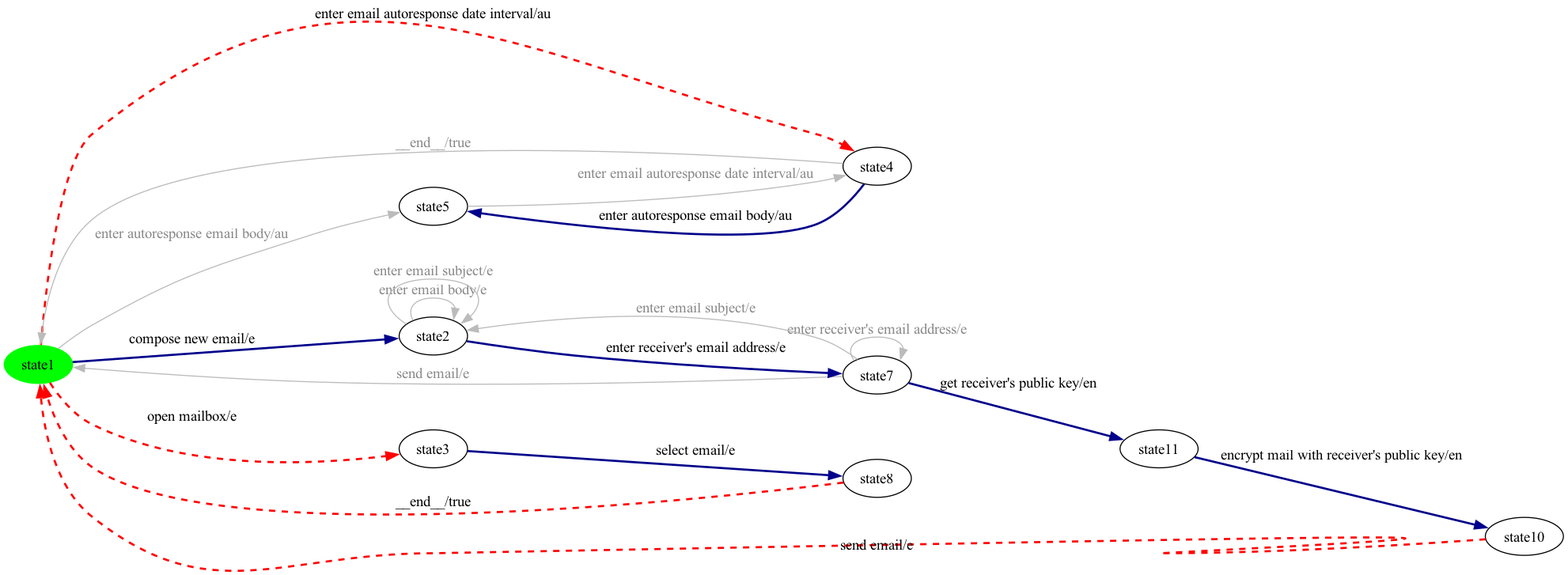
Above: milestone-reports/per-product-all-states/eMail/eMail-product19-walk.png in dilekozturk93/vibes (Graphviz), before the change. Its source is kept beside it as milestone-reports/per-product-all-states/eMail/eMail-product19-walk.dot.
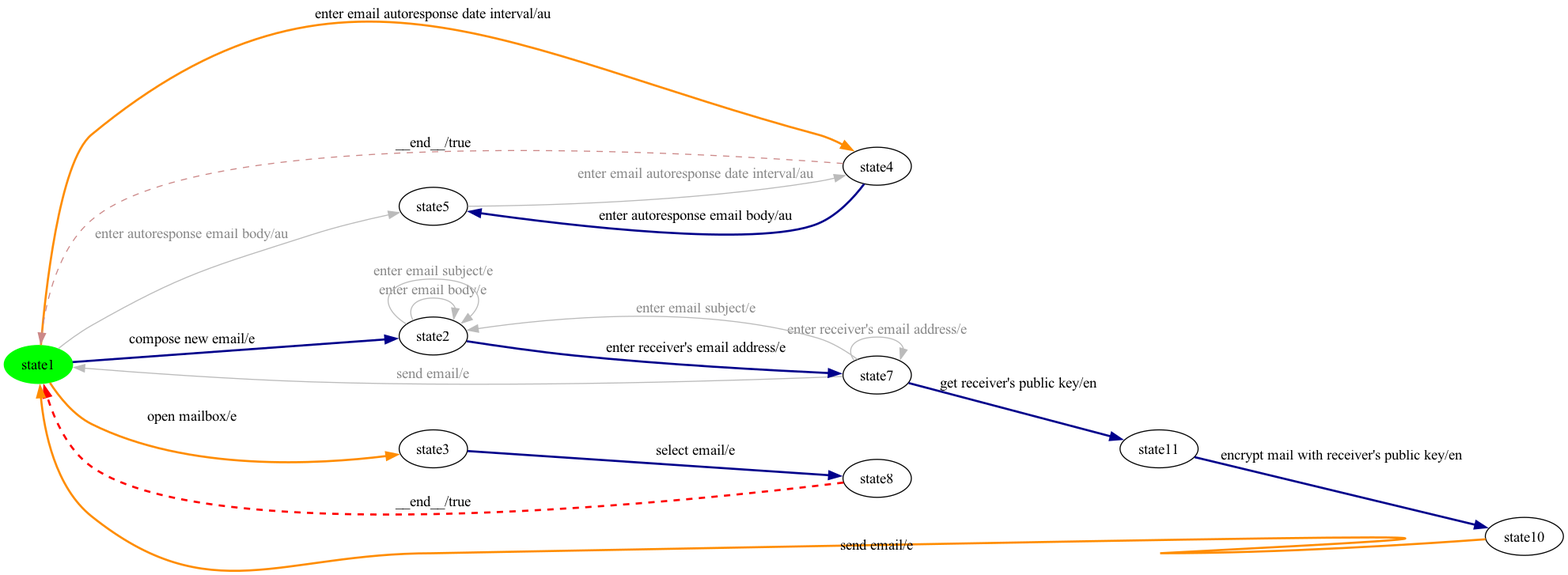
After the commit.

The edit, as a diff of the source:
```diff
@@ -17,14 +17,14 @@
 state1 -> state7 [ label=" enter email autoresponse date interval/au ", color="#bbbbbb", fontcolor="#888888" ];
 state6 -> state5 [ label=" enter receiver's email address/e ", style=bold, color=darkblue, penwidth=2 ];
 state5 -> state6 [ label=" enter email subject/e ", color="#bbbbbb", fontcolor="#888888" ];
-state0 -> state7 [ label=" enter email autoresponse date interval/au ", style=dashed, color=red, penwidth=2 ];
+state0 -> state7 [ label=" enter email autoresponse date interval/au ", style=bold, color=darkorange, penwidth=2 ];
 state0 -> state1 [ label=" enter autoresponse email body/au ", color="#bbbbbb", fontcolor="#888888" ];
-state7 -> state0 [ label=" __end__/true ", color="#bbbbbb", fontcolor="#888888" ];
+state7 -> state0 [ label=" __end__/true ", style=dashed, color="#cc8888" ];
 state2 -> state0 [ label=" __end__/true ", style=dashed, color=red, penwidth=2 ];
-state0 -> state8 [ label=" open mailbox/e ", style=dashed, color=red, penwidth=2 ];
+state0 -> state8 [ label=" open mailbox/e ", style=bold, color=darkorange, penwidth=2 ];
 state0 -> state6 [ label=" compose new email/e ", style=bold, color=darkblue, penwidth=2 ];
 state6 -> state6 [ label=" enter email body/e ", color="#bbbbbb", fontcolor="#888888" ];
 state6 -> state6 [ label=" enter email subject/e ", color="#bbbbbb", fontcolor="#888888" ];
-state4 -> state0 [ label=" send email/e ", style=dashed, color=red, penwidth=2 ];
+state4 -> state0 [ label=" send email/e ", style=bold, color=darkorange, penwidth=2 ];
 state5 -> state5 [ label=" enter receiver's email address/e ", color="#bbbbbb", fontcolor="#888888" ];
 }
```
